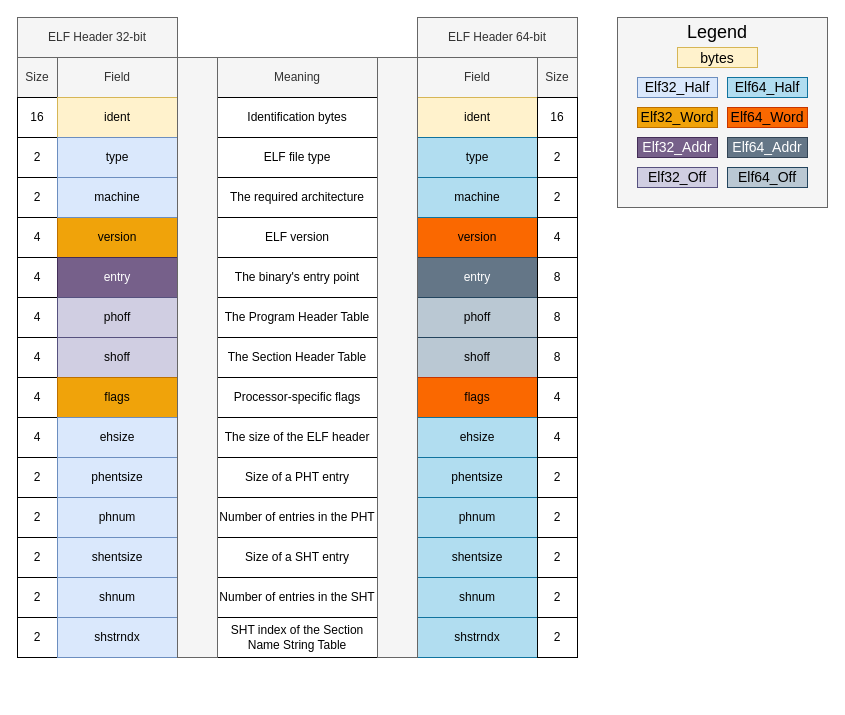
This is Notes/Reverse Engineering/Binary Formats/ELF/Resources/Diagrams/ELF Header.drawio from cr0mll/cyberclopaedia, a draw.io file, before an edit. Source tidied: cells renumbered, new cells numbered last; positions are measured from the earlier drawing's top-left corner, leaving out a move shared by most shapes. Both pictures are drawn from the tidied source at 100%, with x=0, y=0 at pixel (17, 17).
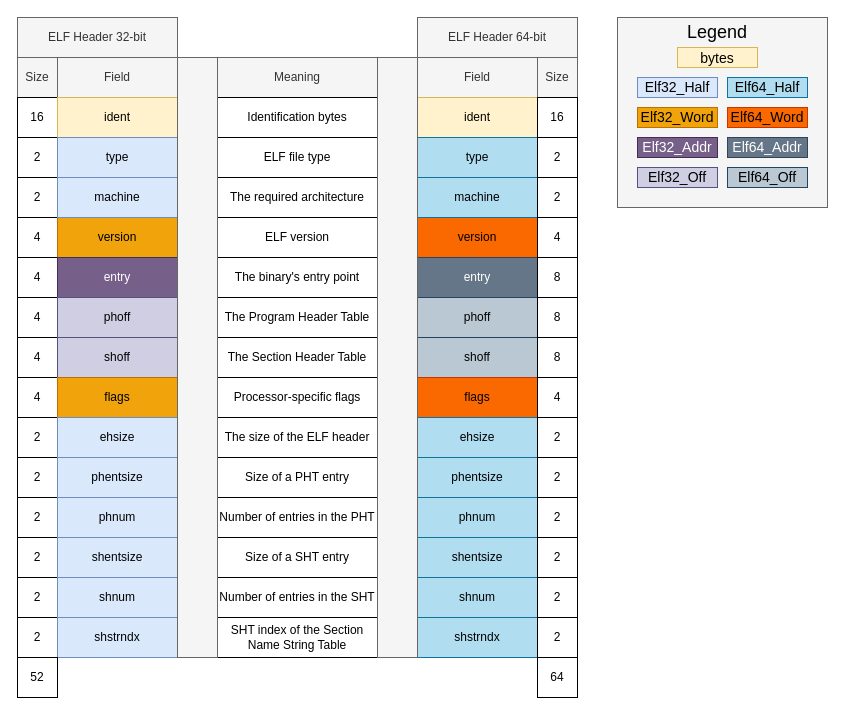
After the change.

What changed in the source:
```diff
@@
-    <mxCell id="30" value="4" style="rounded=0;whiteSpace=wrap;html=1;" parent="1" vertex="1">
+    <mxCell id="30" value="2" style="rounded=0;whiteSpace=wrap;html=1;" parent="1" vertex="1">
       <mxGeometry y="400" width="40" height="40" as="geometry" />
     </mxCell>
@@
-    <mxCell id="73" value="4" style="rounded=0;whiteSpace=wrap;html=1;" parent="1" vertex="1">
+    <mxCell id="73" value="2" style="rounded=0;whiteSpace=wrap;html=1;" parent="1" vertex="1">
       <mxGeometry x="520" y="400" width="40" height="40" as="geometry" />
     </mxCell>
@@
+    <mxCell id="93" value="52" style="rounded=0;whiteSpace=wrap;html=1;" parent="1" vertex="1">
+      <mxGeometry y="640" width="40" height="40" as="geometry" />
+    </mxCell>
+    <mxCell id="94" value="64" style="rounded=0;whiteSpace=wrap;html=1;" parent="1" vertex="1">
+      <mxGeometry x="520" y="640" width="40" height="40" as="geometry" />
+    </mxCell>
```
